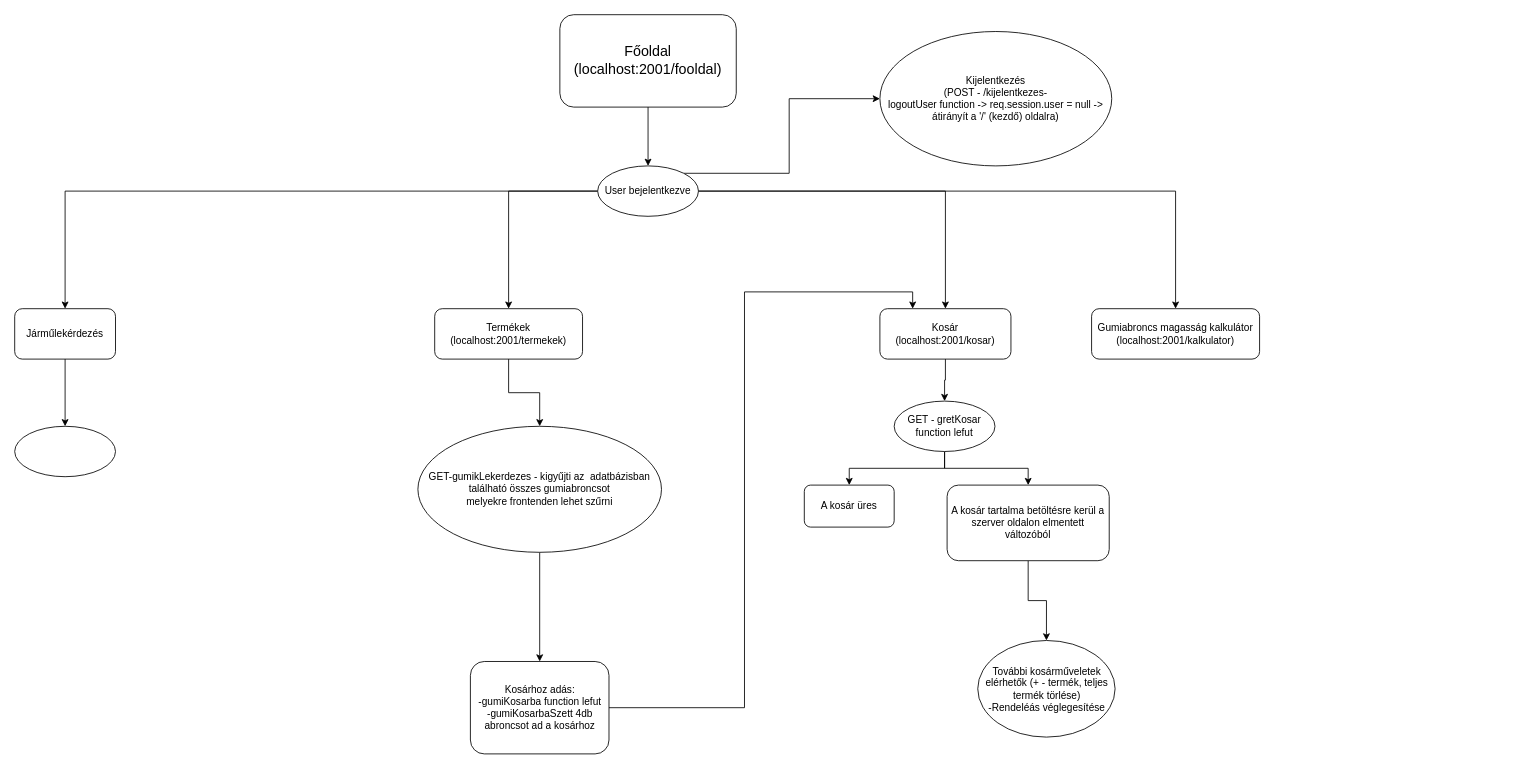
szekelyaron/OKJ_vizsgaremek keeps this draw.io diagram as diagram2 (1).drawio. Above is the earlier version. Source tidied: cells renumbered, new cells numbered last; positions are measured from the earlier drawing's top-left corner, leaving out a move shared by most shapes. Both pictures are drawn from the tidied source at 84%, with x=0, y=0 at pixel (14, 14).
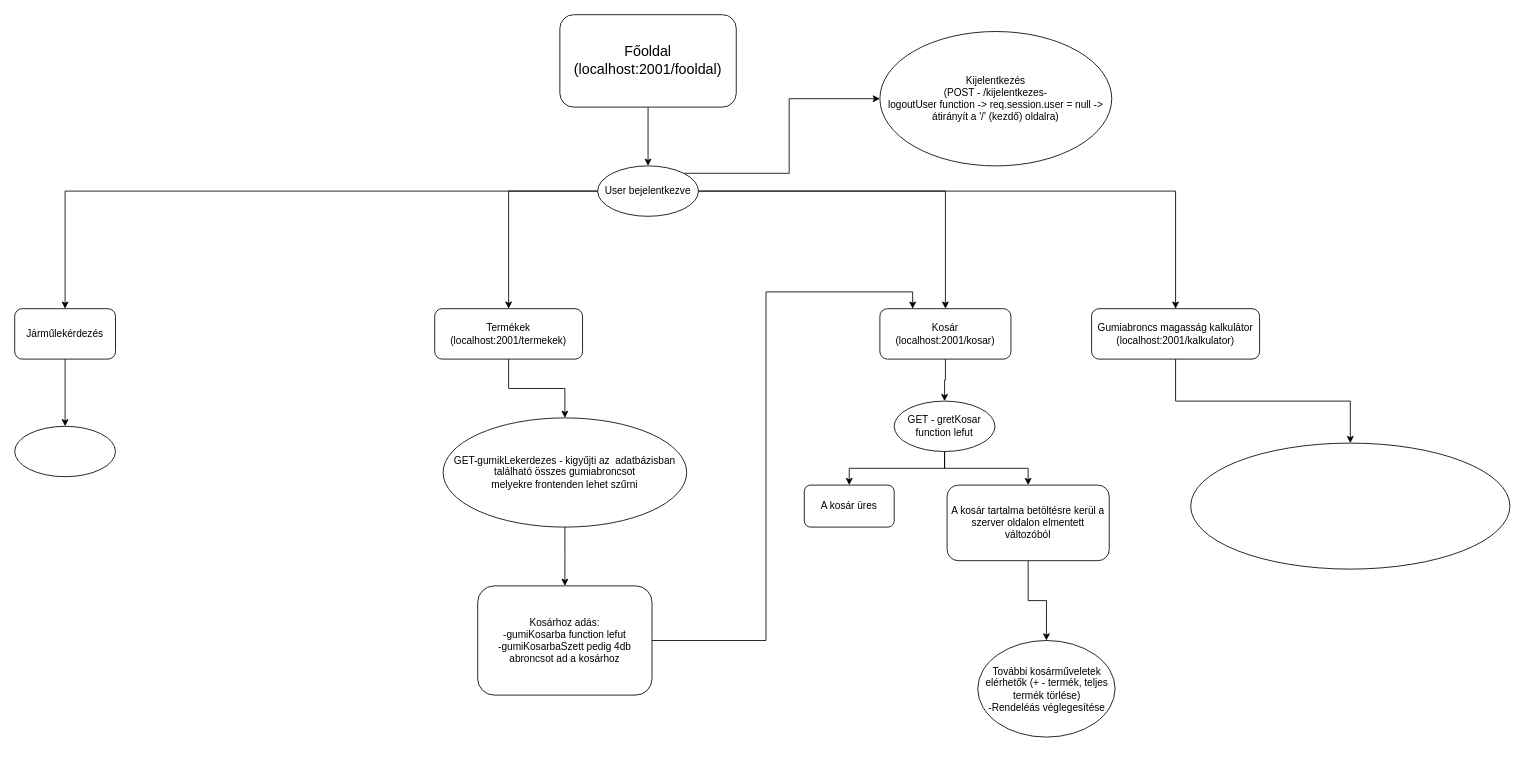
The same page after the edit.

The change refers to these unchanged cells:
```xml
<mxCell id="17" value="Gumiabroncs magasság kalkulátor&lt;br&gt;(localhost:2001/kalkulator)" style="whiteSpace=wrap;html=1;rounded=1;" parent="1" vertex="1">
  <mxGeometry x="1282" y="350" width="200" height="60" as="geometry" />
</mxCell>
```

What changed in the source:
```diff
@@
+    <mxCell id="30" style="edgeStyle=orthogonalEdgeStyle;rounded=0;jettySize=auto;html=1;" parent="1" edge="1" source="17" target="31">
+      <mxGeometry relative="1" as="geometry" />
+    </mxCell>
@@
     <mxCell id="20" value="GET-gumikLekerdezes - kigyűjti az&amp;nbsp; adatbázisban található összes gumiabroncsot&lt;br&gt;melyekre frontenden lehet szűrni" style="ellipse;whiteSpace=wrap;html=1;rounded=1;" parent="1" vertex="1">
-      <mxGeometry x="480" y="490" width="290" height="150" as="geometry" />
+      <mxGeometry x="510" y="480" width="290" height="130" as="geometry" />
     </mxCell>
@@
-    <mxCell id="22" value="Kosárhoz adás:&lt;br&gt;-gumiKosarba function lefut&lt;br&gt;-gumiKosarbaSzett 4db abroncsot ad a kosárhoz" style="whiteSpace=wrap;html=1;rounded=1;" parent="1" vertex="1">
-      <mxGeometry x="542.5" y="770" width="165" height="110" as="geometry" />
+    <mxCell id="22" value="Kosárhoz adás:&lt;br&gt;-gumiKosarba function lefut&lt;br&gt;-gumiKosarbaSzett pedig 4db abroncsot ad a kosárhoz" style="whiteSpace=wrap;html=1;rounded=1;" parent="1" vertex="1">
+      <mxGeometry x="551.2" y="680" width="207.5" height="130" as="geometry" />
     </mxCell>
@@
+    <mxCell id="31" style="ellipse;whiteSpace=wrap;html=1;rounded=1;" parent="1" vertex="1">
+      <mxGeometry x="1400" y="510" width="380" height="150" as="geometry" />
+    </mxCell>
```
